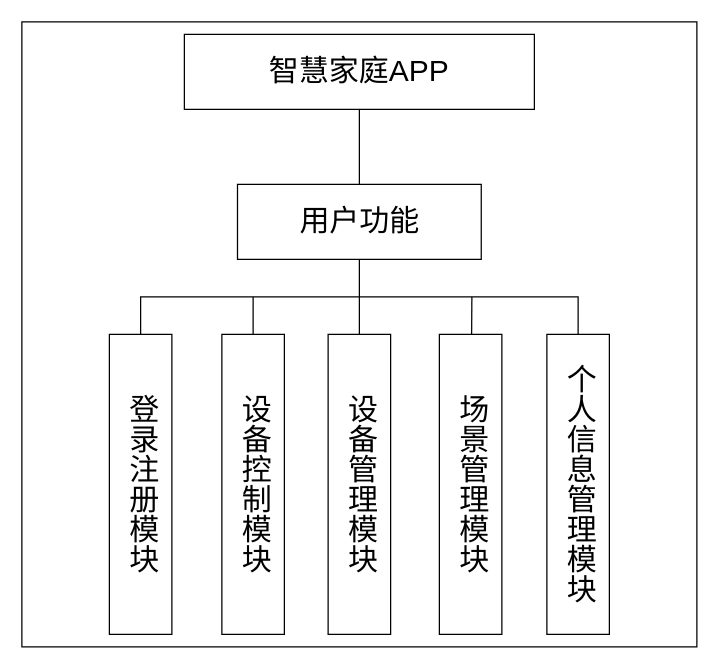
The draw.io diagram 系统功能结构图.drawio in MisakiMiao/SmartHome, before the edit. Source tidied: cells renumbered, new cells numbered last; positions are measured from the earlier drawing's top-left corner, leaving out a move shared by most shapes. Both pictures are drawn from the tidied source at 125%, with x=0, y=0 at pixel (21, 21).
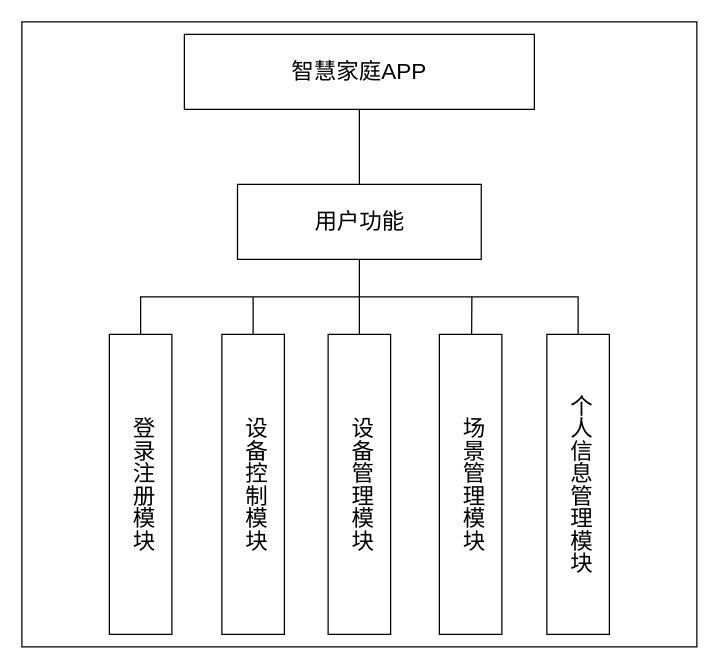
Above is the later version.

Commit message:
更新系统功能结构图.drawio

The edit, as a diff of the source:
```diff
@@
-    <mxCell id="3" value="&lt;font style=&quot;font-size: 24px;&quot;&gt;智慧家庭APP&lt;/font&gt;" style="rounded=0;whiteSpace=wrap;html=1;" parent="1" vertex="1">
+    <mxCell id="3" value="&lt;font style=&quot;font-size: 18px;&quot;&gt;智慧家庭APP&lt;/font&gt;" style="rounded=0;whiteSpace=wrap;html=1;" parent="1" vertex="1">
       <mxGeometry x="130" y="10" width="280" height="60" as="geometry" />
     </mxCell>
-    <mxCell id="4" value="&lt;font style=&quot;font-size: 24px;&quot;&gt;用户功能&lt;/font&gt;" style="rounded=0;whiteSpace=wrap;html=1;" parent="1" vertex="1">
+    <mxCell id="4" value="&lt;font style=&quot;font-size: 18px;&quot;&gt;用户功能&lt;/font&gt;" style="rounded=0;whiteSpace=wrap;html=1;" parent="1" vertex="1">
       <mxGeometry x="172.5" y="130" width="195" height="60" as="geometry" />
     </mxCell>
@@
-    <mxCell id="6" value="&lt;font style=&quot;font-size: 24px;&quot;&gt;登录注册模块&lt;/font&gt;" style="rounded=0;whiteSpace=wrap;html=1;horizontal=1;textDirection=vertical-lr;" parent="1" vertex="1">
+    <mxCell id="6" value="&lt;font style=&quot;font-size: 18px;&quot;&gt;登录注册模块&lt;/font&gt;" style="rounded=0;whiteSpace=wrap;html=1;horizontal=1;textDirection=vertical-lr;" parent="1" vertex="1">
       <mxGeometry x="70" y="250" width="50" height="240" as="geometry" />
     </mxCell>
-    <mxCell id="7" value="&lt;font style=&quot;font-size: 24px;&quot;&gt;设备控制模块&lt;/font&gt;" style="rounded=0;whiteSpace=wrap;html=1;horizontal=1;textDirection=vertical-lr;" parent="1" vertex="1">
+    <mxCell id="7" value="&lt;font style=&quot;font-size: 18px;&quot;&gt;设备控制模块&lt;/font&gt;" style="rounded=0;whiteSpace=wrap;html=1;horizontal=1;textDirection=vertical-lr;" parent="1" vertex="1">
       <mxGeometry x="160" y="250" width="50" height="240" as="geometry" />
     </mxCell>
-    <mxCell id="8" value="&lt;font style=&quot;font-size: 24px;&quot;&gt;场景管理模块&lt;/font&gt;" style="rounded=0;whiteSpace=wrap;html=1;horizontal=1;textDirection=vertical-lr;" parent="1" vertex="1">
+    <mxCell id="8" value="&lt;font style=&quot;font-size: 18px;&quot;&gt;场景管理模块&lt;/font&gt;" style="rounded=0;whiteSpace=wrap;html=1;horizontal=1;textDirection=vertical-lr;" parent="1" vertex="1">
       <mxGeometry x="334" y="250" width="50" height="240" as="geometry" />
     </mxCell>
-    <mxCell id="9" value="&lt;font style=&quot;font-size: 24px;&quot;&gt;个人信息管理模块&lt;/font&gt;" style="rounded=0;whiteSpace=wrap;html=1;horizontal=1;textDirection=vertical-lr;" parent="1" vertex="1">
+    <mxCell id="9" value="&lt;font style=&quot;font-size: 18px;&quot;&gt;个人信息管理模块&lt;/font&gt;" style="rounded=0;whiteSpace=wrap;html=1;horizontal=1;textDirection=vertical-lr;" parent="1" vertex="1">
       <mxGeometry x="420" y="250" width="50" height="240" as="geometry" />
     </mxCell>
-    <mxCell id="10" value="&lt;font style=&quot;font-size: 24px;&quot;&gt;设备管理模块&lt;/font&gt;" style="rounded=0;whiteSpace=wrap;html=1;horizontal=1;textDirection=vertical-lr;" parent="1" vertex="1">
+    <mxCell id="10" value="&lt;font style=&quot;font-size: 18px;&quot;&gt;设备管理模块&lt;/font&gt;" style="rounded=0;whiteSpace=wrap;html=1;horizontal=1;textDirection=vertical-lr;" parent="1" vertex="1">
       <mxGeometry x="245" y="250" width="50" height="240" as="geometry" />
     </mxCell>
```
